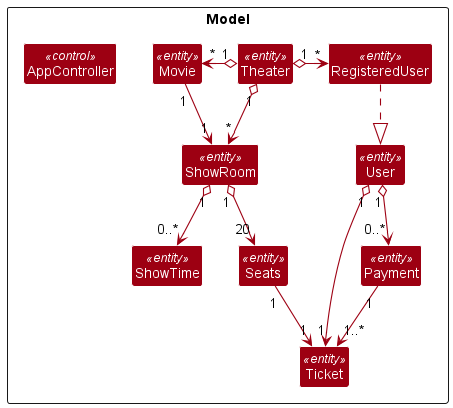
sid-menon/ENSF480-FinalProj keeps this PlantUML diagram as Diagrams/Class Diagram.png. Above is the earlier version. Its diagram source:
```plantuml
@startuml
!include style.puml
skinparam arrowThickness 1.1
skinparam arrowColor MODEL_COLOR
skinparam classBackgroundColor MODEL_COLOR
skinparam classAttributeFontColor white

Package Model <<Rectangle>>{

Class User <<entity>>
Class RegisteredUser <<entity>>
Class Movie <<entity>>
Class Theater <<entity>>
Class ShowRoom <<entity>>
Class ShowTime <<entity>>
Class Seats <<entity>>
Class Ticket <<entity>>
Class Payment <<entity>>
Class AppController <<control>>
}

RegisteredUser .down.|> User

User "1" o-down-> "0..*" Payment
User "1" o-down-> "1" Ticket

Payment "1" --> "1..*" Ticket

Theater "1" o-right-> "*" RegisteredUser
Theater "1" o-left-> "*" Movie
Theater "1" o-down-> "*" ShowRoom

Movie "1" -> "1" ShowRoom

ShowRoom "1" o--> "0..*" ShowTime
ShowRoom "1" o-down-> "20" Seats

Seats "1" -down-> "1" Ticket
@enduml
```
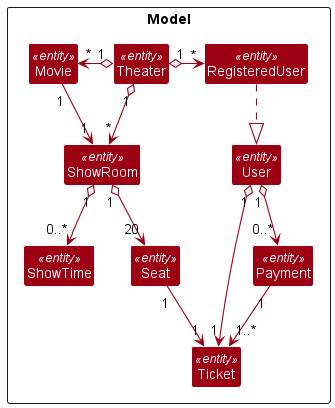
Above is the later version.

Commit message:
Update class diagrams

Change to the diagram source:
```diff
@@ -13,10 +13,9 @@
 Class Theater <<entity>>
 Class ShowRoom <<entity>>
 Class ShowTime <<entity>>
-Class Seats <<entity>>
+Class Seat <<entity>>
 Class Ticket <<entity>>
 Class Payment <<entity>>
-Class AppController <<control>>
 }
 
 RegisteredUser .down.|> User
@@ -33,7 +32,7 @@
 Movie "1" -> "1" ShowRoom
 
 ShowRoom "1" o--> "0..*" ShowTime
-ShowRoom "1" o-down-> "20" Seats
+ShowRoom "1" o-down-> "20" Seat
 
-Seats "1" -down-> "1" Ticket
+Seat "1" -down-> "1" Ticket
 @enduml
```
